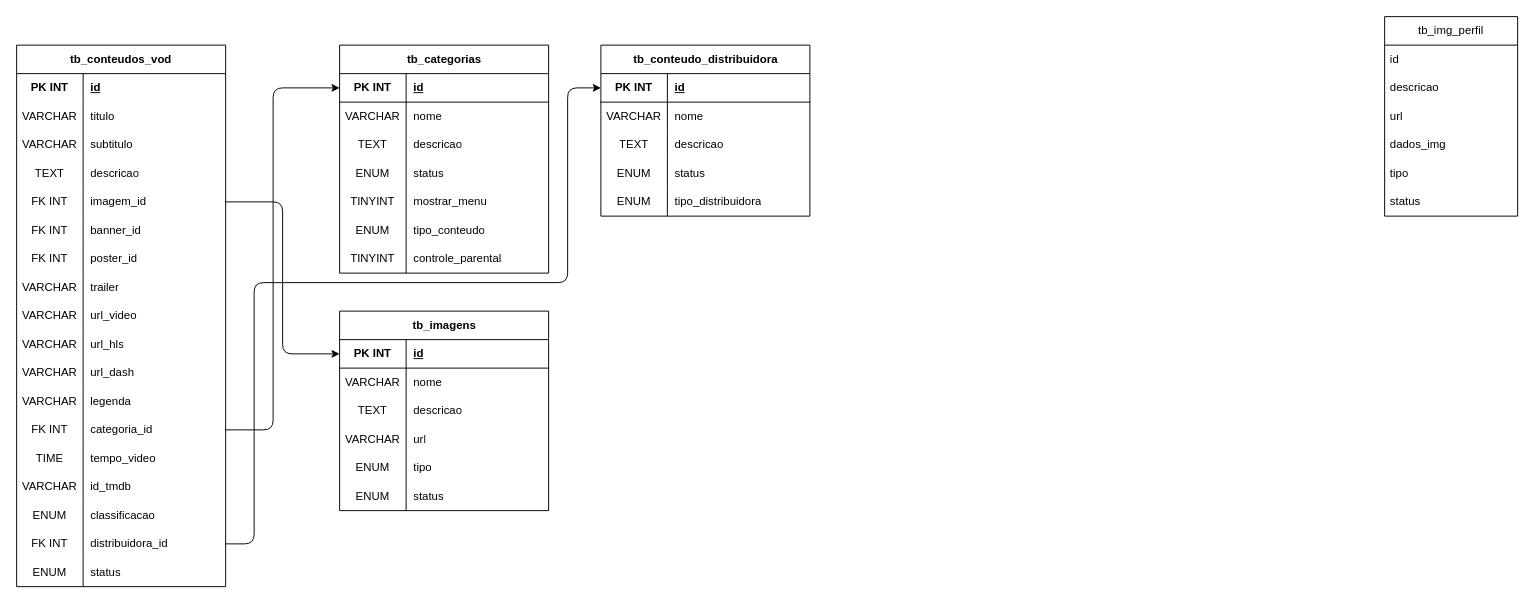
This is docs/db.drawio from jeancarloshs/contents-api, a draw.io file, before an edit. Source tidied: cells renumbered, new cells numbered last; positions are measured from the earlier drawing's top-left corner, leaving out a move shared by most shapes. Both pictures are drawn from the tidied source at 95%, with x=0, y=0 at pixel (16, 16).
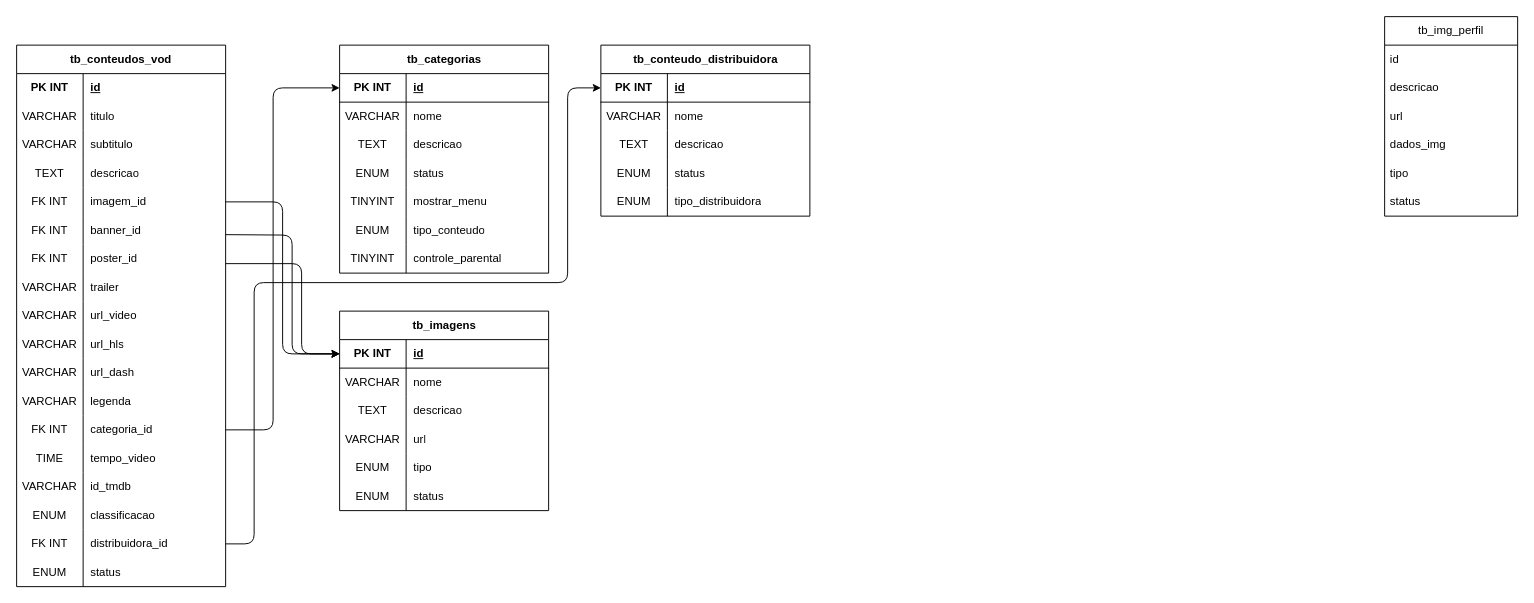
The same diagram, later.

Commit message:
hotfix: ajuste nas forenkey

The change refers to these unchanged cells:
```xml
<mxCell id="25" style="shape=tableRow;horizontal=0;startSize=0;swimlaneHead=0;swimlaneBody=0;fillColor=none;points=[[0,0.5],[1,0.5]];portConstraint=eastwest;top=0;left=0;right=0;bottom=0;html=1;" parent="9" vertex="1">
  <mxGeometry y="180" width="220" height="30" as="geometry" />
</mxCell>
<mxCell id="88" style="shape=tableRow;horizontal=0;startSize=0;swimlaneHead=0;swimlaneBody=0;fillColor=none;points=[[0,0.5],[1,0.5]];portConstraint=eastwest;top=0;left=0;right=0;bottom=1;" parent="87" vertex="1">
  <mxGeometry y="30" width="220" height="30" as="geometry" />
</mxCell>
```

Diff of the diagram source:
```diff
@@
+    <mxCell id="124" style="edgeStyle=none;html=1;entryX=0;entryY=0.5;entryDx=0;entryDy=0;exitX=1.001;exitY=0.65;exitDx=0;exitDy=0;exitPerimeter=0;" parent="1" edge="1" source="25" target="88">
+      <mxGeometry relative="1" as="geometry">
+        <Array as="points">
+          <mxPoint x="290" y="230" />
+          <mxPoint x="290" y="355" />
+        </Array>
+      </mxGeometry>
+    </mxCell>
+    <mxCell id="125" style="edgeStyle=none;html=1;entryX=0;entryY=0.5;entryDx=0;entryDy=0;" parent="1" edge="1" target="88">
+      <mxGeometry relative="1" as="geometry">
+        <mxPoint x="220" y="260" as="sourcePoint" />
+        <Array as="points">
+          <mxPoint x="300" y="260" />
+          <mxPoint x="300" y="355" />
+        </Array>
+      </mxGeometry>
+    </mxCell>
```
